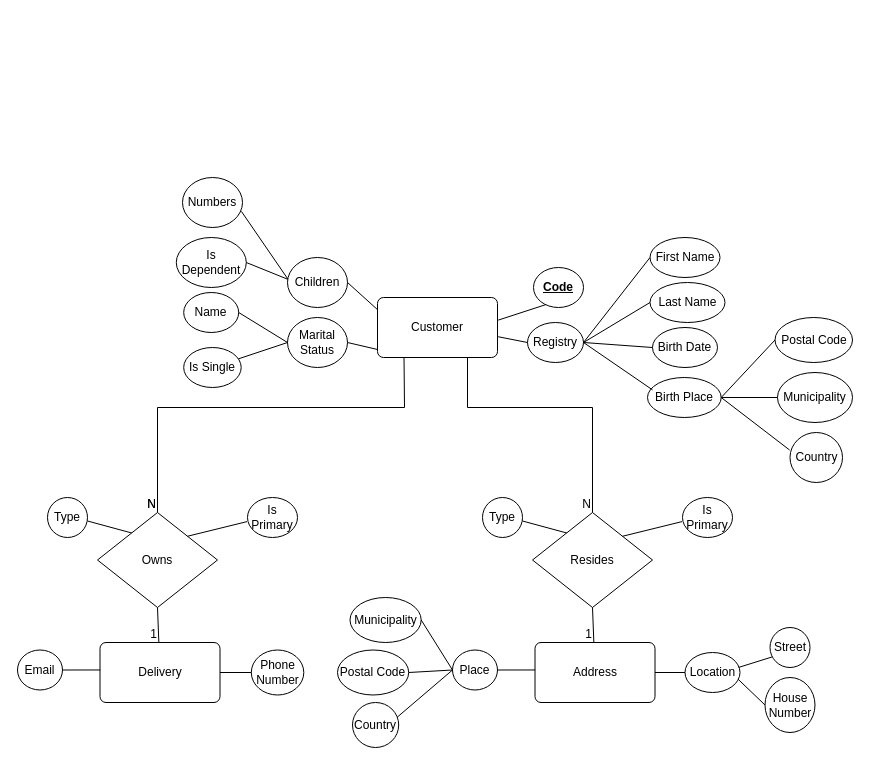
Above: page "ER - Database" (11 of 11) of Documentazione/Tesi/Diagrammi/Architettura.drawio in speaking-codes/QuickApp (draw.io), before the change. Source tidied: cells renumbered, new cells numbered last; positions are measured from the earlier drawing's top-left corner, leaving out a move shared by most shapes. Both pictures are drawn from the tidied source at 100%, with x=0, y=0 at pixel (17, 177).
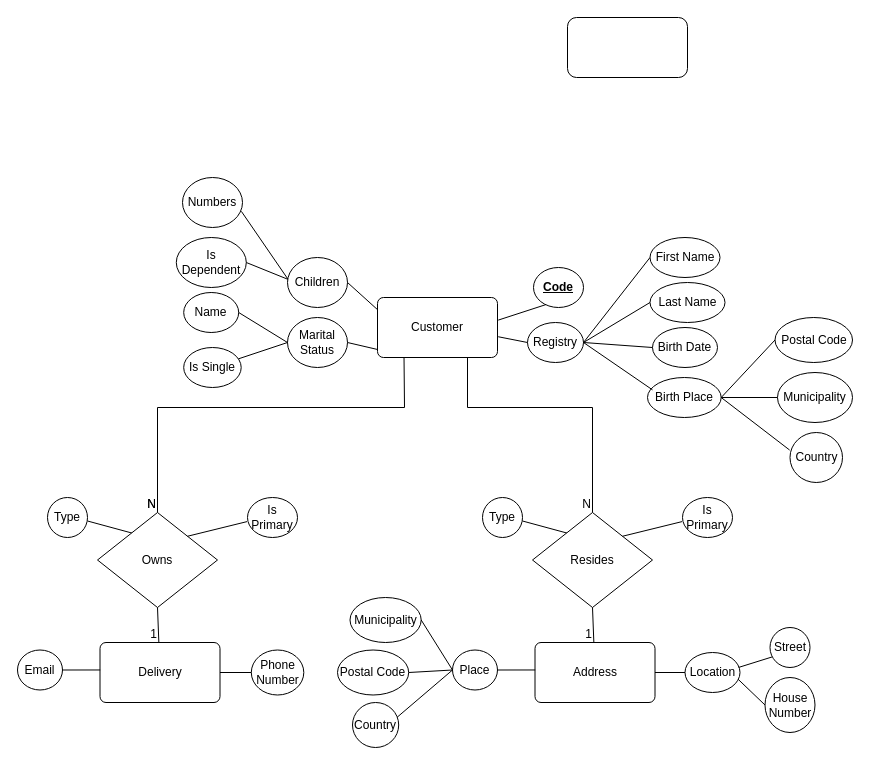
The same diagram, later.

The edit, as a diff of the source:
```diff
@@
+    <mxCell id="72" style="rounded=1;whiteSpace=wrap;html=1;" parent="1" vertex="1">
+      <mxGeometry x="550" y="-160" width="120" height="60" as="geometry" />
+    </mxCell>
```
